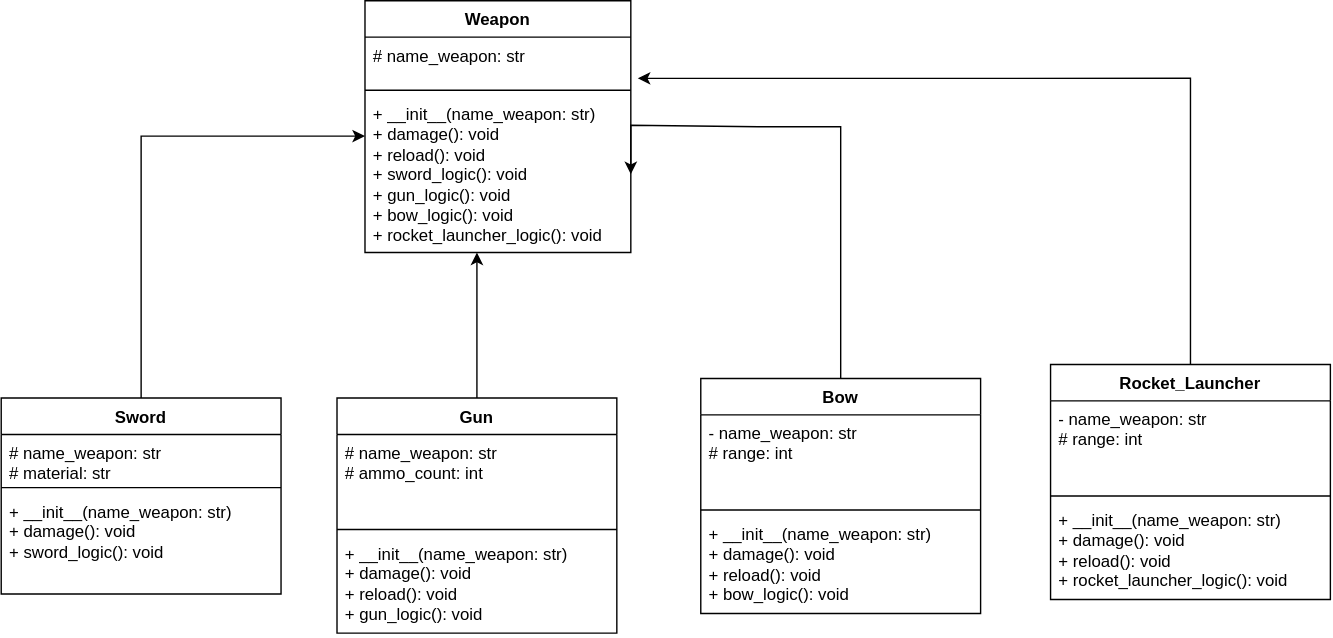
The draw.io diagram Lab_act3.drawio.svg in Ace2k5/CS121_LAB-3_ACTIVITY_CS-1203_GROUP-9, before a commit. Source tidied: cells renumbered, new cells last; positions are measured from the earlier drawing's top-left corner, leaving out a move shared by most shapes.
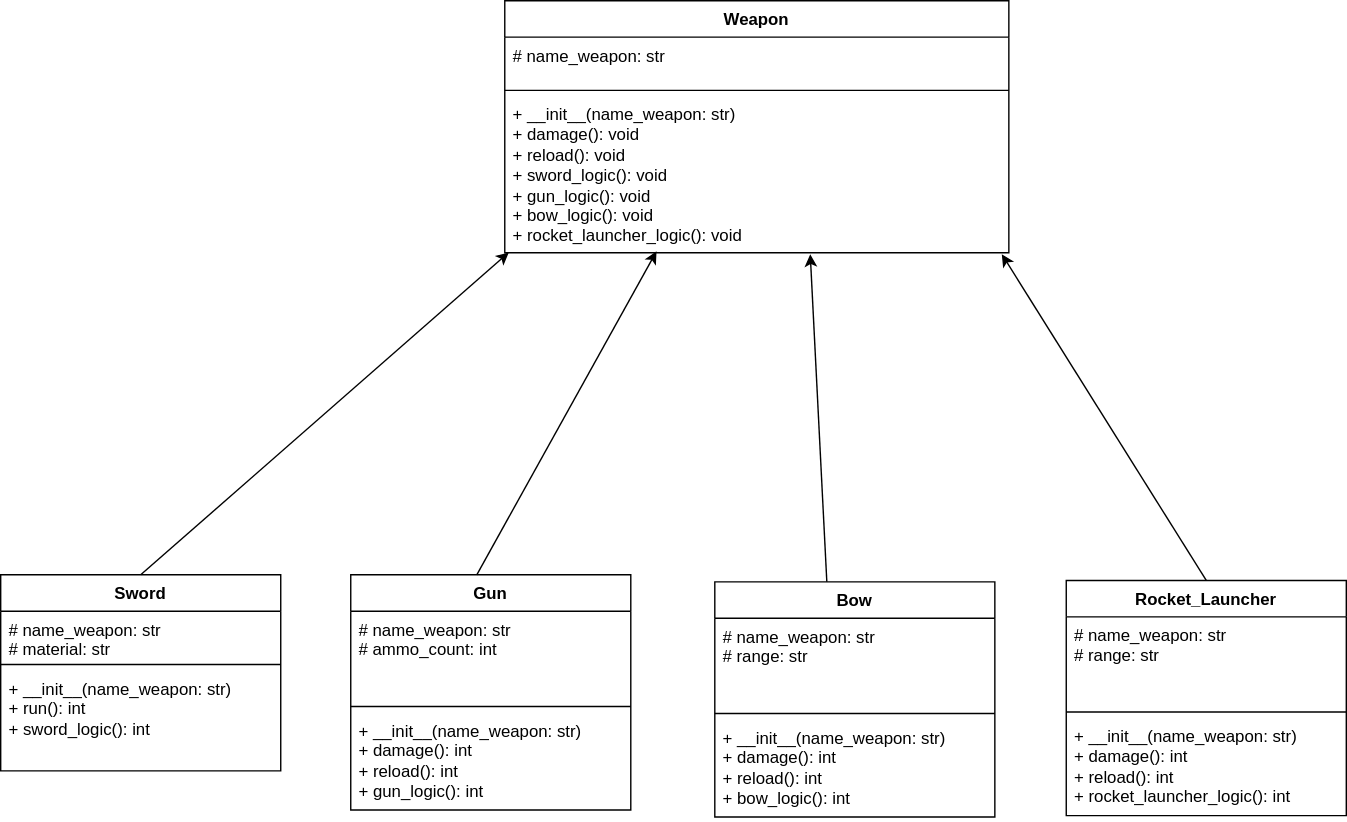
Above is the later version.

The edit, as a diff of the source:
```diff
@@ -5,15 +5,15 @@
     <mxCell id="2" value="Weapon" style="swimlane;fontStyle=1;align=center;verticalAlign=top;horizontal=1;startSize=26;whiteSpace=wrap;html=1;" parent="1" vertex="1">
-      <mxGeometry x="260" width="190" height="180" as="geometry" />
+      <mxGeometry x="290" y="-130" width="360" height="180" as="geometry" />
     </mxCell>
     <mxCell id="3" value="# name_weapon: str&lt;div&gt;&lt;br&gt;&lt;/div&gt;&lt;div&gt;&lt;br&gt;&lt;/div&gt;&lt;div&gt;&lt;br&gt;&lt;/div&gt;&lt;div&gt;&lt;br&gt;&lt;/div&gt;&lt;div&gt;&lt;br&gt;&lt;/div&gt;&lt;div&gt;&lt;br&gt;&lt;/div&gt;&lt;div&gt;&lt;br&gt;&lt;/div&gt;&lt;div&gt;&lt;br&gt;&lt;/div&gt;&lt;div&gt;&lt;br&gt;&lt;/div&gt;&lt;div&gt;&lt;br&gt;&lt;/div&gt;&lt;div&gt;&lt;br&gt;&lt;/div&gt;&lt;div&gt;&lt;br&gt;&lt;/div&gt;&lt;div&gt;&lt;br&gt;&lt;/div&gt;&lt;div&gt;&lt;br&gt;&lt;/div&gt;&lt;div&gt;&lt;br&gt;&lt;/div&gt;&lt;div&gt;&lt;br&gt;&lt;/div&gt;&lt;div&gt;&lt;br&gt;&lt;/div&gt;&lt;div&gt;&lt;br&gt;&lt;/div&gt;&lt;div&gt;&lt;br&gt;&lt;/div&gt;&lt;div&gt;&lt;br&gt;&lt;/div&gt;&lt;div&gt;&lt;br&gt;&lt;/div&gt;&lt;div&gt;&lt;br&gt;&lt;/div&gt;&lt;div&gt;&lt;br&gt;&lt;/div&gt;&lt;div&gt;&lt;br&gt;&lt;/div&gt;&lt;div&gt;&lt;br&gt;&lt;/div&gt;&lt;div&gt;&lt;br&gt;&lt;/div&gt;&lt;div&gt;&lt;br&gt;&lt;/div&gt;&lt;div&gt;&lt;br&gt;&lt;/div&gt;&lt;div&gt;&lt;br&gt;&lt;/div&gt;&lt;div&gt;&lt;br&gt;&lt;/div&gt;&lt;div&gt;&lt;br&gt;&lt;/div&gt;&lt;div&gt;&lt;br&gt;&lt;/div&gt;&lt;div&gt;&lt;br&gt;&lt;/div&gt;&lt;div&gt;&lt;br&gt;&lt;/div&gt;&lt;div&gt;&lt;br&gt;&lt;/div&gt;&lt;div&gt;&lt;br&gt;&lt;/div&gt;&lt;div&gt;&lt;br&gt;&lt;/div&gt;&lt;div&gt;&lt;br&gt;&lt;/div&gt;&lt;div&gt;&lt;br&gt;&lt;/div&gt;&lt;div&gt;&lt;br&gt;&lt;/div&gt;&lt;div&gt;&lt;br&gt;&lt;/div&gt;&lt;div&gt;&lt;br&gt;&lt;/div&gt;&lt;div&gt;&lt;br&gt;&lt;/div&gt;&lt;div&gt;&lt;br&gt;&lt;/div&gt;&lt;div&gt;&lt;br&gt;&lt;/div&gt;&lt;div&gt;&lt;br&gt;&lt;/div&gt;&lt;div&gt;&lt;br&gt;&lt;/div&gt;&lt;div&gt;&lt;br&gt;&lt;/div&gt;&lt;div&gt;&lt;br&gt;&lt;/div&gt;&lt;div&gt;&lt;br&gt;&lt;/div&gt;&lt;div&gt;&lt;br&gt;&lt;/div&gt;&lt;div&gt;&lt;br&gt;&lt;/div&gt;&lt;div&gt;&lt;br&gt;&lt;/div&gt;&lt;div&gt;&lt;br&gt;&lt;/div&gt;" style="text;strokeColor=none;fillColor=none;align=left;verticalAlign=top;spacingLeft=4;spacingRight=4;overflow=hidden;points=[[0,0.5],[1,0.5]];portConstraint=eastwest;whiteSpace=wrap;html=1;" parent="2" vertex="1">
-      <mxGeometry y="26" width="190" height="34" as="geometry" />
+      <mxGeometry y="26" width="360" height="34" as="geometry" />
     </mxCell>
     <mxCell id="4" style="line;strokeWidth=1;fillColor=none;align=left;verticalAlign=middle;spacingTop=-1;spacingLeft=3;spacingRight=3;labelPosition=right;strokeColor=inherit;" parent="2" vertex="1">
-      <mxGeometry y="60" width="190" height="8" as="geometry" />
+      <mxGeometry y="60" width="360" height="8" as="geometry" />
     </mxCell>
     <mxCell id="5" value="&lt;div&gt;&lt;span style=&quot;background-color: transparent; color: light-dark(rgb(0, 0, 0), rgb(255, 255, 255));&quot;&gt;+ __init__(name_weapon: str)&lt;/span&gt;&lt;/div&gt;&lt;div&gt;&lt;span style=&quot;background-color: transparent; color: light-dark(rgb(0, 0, 0), rgb(255, 255, 255));&quot;&gt;+ damage(): void&lt;/span&gt;&lt;/div&gt;&lt;div&gt;+ reload(): void&lt;/div&gt;&lt;div&gt;+ sword_logic(): void&lt;/div&gt;&lt;div&gt;+ gun_logic(): void&lt;/div&gt;&lt;div&gt;+ bow_logic(): void&lt;/div&gt;&lt;div&gt;+ rocket_launcher_logic(): void&lt;/div&gt;&lt;div&gt;&lt;br&gt;&lt;/div&gt;" style="text;strokeColor=none;fillColor=none;align=left;verticalAlign=top;spacingLeft=4;spacingRight=4;overflow=hidden;points=[[0,0.5],[1,0.5]];portConstraint=eastwest;whiteSpace=wrap;html=1;" parent="2" vertex="1">
-      <mxGeometry y="68" width="190" height="112" as="geometry" />
+      <mxGeometry y="68" width="360" height="112" as="geometry" />
     </mxCell>
     <mxCell id="6" value="Sword" style="swimlane;fontStyle=1;align=center;verticalAlign=top;horizontal=1;startSize=26;whiteSpace=wrap;html=1;" parent="1" vertex="1">
-      <mxGeometry y="284" width="200" height="140" as="geometry" />
+      <mxGeometry x="-70" y="280" width="200" height="140" as="geometry" />
     </mxCell>
@@ -25,15 +25,7 @@
     </mxCell>
-    <mxCell id="9" value="&lt;div&gt;+ __init__(name_weapon: str)&lt;/div&gt;+ damage(): void&lt;div&gt;+ sword_logic(): void&lt;/div&gt;" style="text;strokeColor=none;fillColor=none;align=left;verticalAlign=top;spacingLeft=4;spacingRight=4;overflow=hidden;whiteSpace=wrap;html=1;" parent="6" vertex="1">
+    <mxCell id="9" value="&lt;div&gt;+ __init__(name_weapon: str)&lt;/div&gt;+ run(): int&lt;div&gt;+ sword_logic(): int&lt;/div&gt;" style="text;strokeColor=none;fillColor=none;align=left;verticalAlign=top;spacingLeft=4;spacingRight=4;overflow=hidden;whiteSpace=wrap;html=1;" parent="6" vertex="1">
       <mxGeometry y="68" width="200" height="72" as="geometry" />
     </mxCell>
-    <mxCell id="10" style="edgeStyle=orthogonalEdgeStyle;rounded=0;jettySize=auto;html=1;" parent="1" edge="1" source="11" target="5">
-      <mxGeometry relative="1" as="geometry">
-        <Array as="points">
-          <mxPoint x="340" y="180" />
-          <mxPoint x="340" y="180" />
-        </Array>
-      </mxGeometry>
-    </mxCell>
     <mxCell id="11" value="Gun" style="swimlane;fontStyle=1;align=center;verticalAlign=top;horizontal=1;startSize=26;whiteSpace=wrap;html=1;" parent="1" vertex="1">
-      <mxGeometry x="240" y="284" width="200" height="168" as="geometry" />
+      <mxGeometry x="180" y="280" width="200" height="168" as="geometry" />
     </mxCell>
@@ -45,18 +37,9 @@
     </mxCell>
-    <mxCell id="14" value="&lt;div&gt;&lt;div&gt;&lt;span style=&quot;background-color: transparent; color: light-dark(rgb(0, 0, 0), rgb(255, 255, 255));&quot;&gt;+ __init__(name_weapon: str)&lt;/span&gt;&lt;/div&gt;&lt;div&gt;+ damage(): void&lt;/div&gt;&lt;/div&gt;&lt;div&gt;+ reload(): void&lt;/div&gt;&lt;div&gt;+ gun_logic(): void&lt;/div&gt;" style="text;strokeColor=none;fillColor=none;align=left;verticalAlign=top;spacingLeft=4;spacingRight=4;overflow=hidden;whiteSpace=wrap;html=1;" parent="11" vertex="1">
+    <mxCell id="14" value="&lt;div&gt;&lt;div&gt;&lt;span style=&quot;background-color: transparent; color: light-dark(rgb(0, 0, 0), rgb(255, 255, 255));&quot;&gt;+ __init__(name_weapon: str)&lt;/span&gt;&lt;/div&gt;&lt;div&gt;+ damage(): int&lt;/div&gt;&lt;/div&gt;&lt;div&gt;+ reload(): int&lt;/div&gt;&lt;div&gt;+ gun_logic(): int&lt;/div&gt;" style="text;strokeColor=none;fillColor=none;align=left;verticalAlign=top;spacingLeft=4;spacingRight=4;overflow=hidden;whiteSpace=wrap;html=1;" parent="11" vertex="1">
       <mxGeometry y="98" width="200" height="70" as="geometry" />
     </mxCell>
-    <mxCell id="15" style="edgeStyle=orthogonalEdgeStyle;rounded=0;jettySize=auto;html=1;entryX=1;entryY=0.5;entryDx=0;entryDy=0;" parent="1" edge="1" source="16" target="5">
-      <mxGeometry relative="1" as="geometry">
-        <Array as="points">
-          <mxPoint x="600" y="90" />
-          <mxPoint x="541" y="90" />
-          <mxPoint x="541" y="89" />
-        </Array>
-      </mxGeometry>
-    </mxCell>
     <mxCell id="16" value="Bow" style="swimlane;fontStyle=1;align=center;verticalAlign=top;horizontal=1;startSize=26;whiteSpace=wrap;html=1;" parent="1" vertex="1">
-      <mxGeometry x="500" y="270" width="200" height="168" as="geometry" />
+      <mxGeometry x="440" y="285" width="200" height="168" as="geometry" />
     </mxCell>
-    <mxCell id="17" value="- name_weapon: str&lt;div&gt;# range: int&lt;/div&gt;&lt;div&gt;&lt;br&gt;&lt;/div&gt;&lt;div&gt;&lt;br&gt;&lt;/div&gt;&lt;div&gt;&lt;br&gt;&lt;/div&gt;&lt;div&gt;&lt;br&gt;&lt;/div&gt;&lt;div&gt;&lt;br&gt;&lt;/div&gt;&lt;div&gt;&lt;br&gt;&lt;/div&gt;&lt;div&gt;&lt;br&gt;&lt;/div&gt;&lt;div&gt;&lt;br&gt;&lt;/div&gt;&lt;div&gt;&lt;br&gt;&lt;/div&gt;&lt;div&gt;&lt;br&gt;&lt;/div&gt;&lt;div&gt;&lt;br&gt;&lt;/div&gt;&lt;div&gt;&lt;br&gt;&lt;/div&gt;&lt;div&gt;&lt;br&gt;&lt;/div&gt;&lt;div&gt;&lt;br&gt;&lt;/div&gt;&lt;div&gt;&lt;br&gt;&lt;/div&gt;&lt;div&gt;&lt;br&gt;&lt;/div&gt;&lt;div&gt;&lt;br&gt;&lt;/div&gt;&lt;div&gt;&lt;br&gt;&lt;/div&gt;&lt;div&gt;&lt;br&gt;&lt;/div&gt;&lt;div&gt;&lt;br&gt;&lt;/div&gt;&lt;div&gt;&lt;br&gt;&lt;/div&gt;&lt;div&gt;&lt;br&gt;&lt;/div&gt;&lt;div&gt;&lt;br&gt;&lt;/div&gt;&lt;div&gt;&lt;br&gt;&lt;/div&gt;&lt;div&gt;&lt;br&gt;&lt;/div&gt;&lt;div&gt;&lt;br&gt;&lt;/div&gt;&lt;div&gt;&lt;br&gt;&lt;/div&gt;&lt;div&gt;&lt;br&gt;&lt;/div&gt;&lt;div&gt;&lt;br&gt;&lt;/div&gt;&lt;div&gt;&lt;br&gt;&lt;/div&gt;&lt;div&gt;&lt;br&gt;&lt;/div&gt;&lt;div&gt;&lt;br&gt;&lt;/div&gt;&lt;div&gt;&lt;br&gt;&lt;/div&gt;&lt;div&gt;&lt;br&gt;&lt;/div&gt;&lt;div&gt;&lt;br&gt;&lt;/div&gt;&lt;div&gt;&lt;br&gt;&lt;/div&gt;&lt;div&gt;&lt;br&gt;&lt;/div&gt;&lt;div&gt;&lt;br&gt;&lt;/div&gt;&lt;div&gt;&lt;br&gt;&lt;/div&gt;&lt;div&gt;&lt;br&gt;&lt;/div&gt;&lt;div&gt;&lt;br&gt;&lt;/div&gt;&lt;div&gt;&lt;br&gt;&lt;/div&gt;&lt;div&gt;&lt;br&gt;&lt;/div&gt;&lt;div&gt;&lt;br&gt;&lt;/div&gt;&lt;div&gt;&lt;br&gt;&lt;/div&gt;&lt;div&gt;&lt;br&gt;&lt;/div&gt;&lt;div&gt;&lt;br&gt;&lt;/div&gt;&lt;div&gt;&lt;br&gt;&lt;/div&gt;" style="text;strokeColor=none;fillColor=none;align=left;verticalAlign=top;spacingLeft=4;spacingRight=4;overflow=hidden;whiteSpace=wrap;html=1;" parent="16" vertex="1">
+    <mxCell id="17" value="# name_weapon: str&lt;div&gt;# range: str&lt;/div&gt;&lt;div&gt;&lt;br&gt;&lt;/div&gt;&lt;div&gt;&lt;br&gt;&lt;/div&gt;&lt;div&gt;&lt;br&gt;&lt;/div&gt;&lt;div&gt;&lt;br&gt;&lt;/div&gt;&lt;div&gt;&lt;br&gt;&lt;/div&gt;&lt;div&gt;&lt;br&gt;&lt;/div&gt;&lt;div&gt;&lt;br&gt;&lt;/div&gt;&lt;div&gt;&lt;br&gt;&lt;/div&gt;&lt;div&gt;&lt;br&gt;&lt;/div&gt;&lt;div&gt;&lt;br&gt;&lt;/div&gt;&lt;div&gt;&lt;br&gt;&lt;/div&gt;&lt;div&gt;&lt;br&gt;&lt;/div&gt;&lt;div&gt;&lt;br&gt;&lt;/div&gt;&lt;div&gt;&lt;br&gt;&lt;/div&gt;&lt;div&gt;&lt;br&gt;&lt;/div&gt;&lt;div&gt;&lt;br&gt;&lt;/div&gt;&lt;div&gt;&lt;br&gt;&lt;/div&gt;&lt;div&gt;&lt;br&gt;&lt;/div&gt;&lt;div&gt;&lt;br&gt;&lt;/div&gt;&lt;div&gt;&lt;br&gt;&lt;/div&gt;&lt;div&gt;&lt;br&gt;&lt;/div&gt;&lt;div&gt;&lt;br&gt;&lt;/div&gt;&lt;div&gt;&lt;br&gt;&lt;/div&gt;&lt;div&gt;&lt;br&gt;&lt;/div&gt;&lt;div&gt;&lt;br&gt;&lt;/div&gt;&lt;div&gt;&lt;br&gt;&lt;/div&gt;&lt;div&gt;&lt;br&gt;&lt;/div&gt;&lt;div&gt;&lt;br&gt;&lt;/div&gt;&lt;div&gt;&lt;br&gt;&lt;/div&gt;&lt;div&gt;&lt;br&gt;&lt;/div&gt;&lt;div&gt;&lt;br&gt;&lt;/div&gt;&lt;div&gt;&lt;br&gt;&lt;/div&gt;&lt;div&gt;&lt;br&gt;&lt;/div&gt;&lt;div&gt;&lt;br&gt;&lt;/div&gt;&lt;div&gt;&lt;br&gt;&lt;/div&gt;&lt;div&gt;&lt;br&gt;&lt;/div&gt;&lt;div&gt;&lt;br&gt;&lt;/div&gt;&lt;div&gt;&lt;br&gt;&lt;/div&gt;&lt;div&gt;&lt;br&gt;&lt;/div&gt;&lt;div&gt;&lt;br&gt;&lt;/div&gt;&lt;div&gt;&lt;br&gt;&lt;/div&gt;&lt;div&gt;&lt;br&gt;&lt;/div&gt;&lt;div&gt;&lt;br&gt;&lt;/div&gt;&lt;div&gt;&lt;br&gt;&lt;/div&gt;&lt;div&gt;&lt;br&gt;&lt;/div&gt;&lt;div&gt;&lt;br&gt;&lt;/div&gt;&lt;div&gt;&lt;br&gt;&lt;/div&gt;&lt;div&gt;&lt;br&gt;&lt;/div&gt;" style="text;strokeColor=none;fillColor=none;align=left;verticalAlign=top;spacingLeft=4;spacingRight=4;overflow=hidden;whiteSpace=wrap;html=1;" parent="16" vertex="1">
       <mxGeometry y="26" width="200" height="64" as="geometry" />
@@ -66,12 +49,9 @@
     </mxCell>
-    <mxCell id="19" value="&lt;div&gt;&lt;div&gt;&lt;span style=&quot;background-color: transparent; color: light-dark(rgb(0, 0, 0), rgb(255, 255, 255));&quot;&gt;+ __init__(name_weapon: str)&lt;/span&gt;&lt;/div&gt;&lt;div&gt;+ damage(): void&lt;/div&gt;&lt;/div&gt;&lt;div&gt;+ reload(): void&lt;/div&gt;&lt;div&gt;+ bow_logic(): void&lt;/div&gt;" style="text;strokeColor=none;fillColor=none;align=left;verticalAlign=top;spacingLeft=4;spacingRight=4;overflow=hidden;whiteSpace=wrap;html=1;" parent="16" vertex="1">
+    <mxCell id="19" value="&lt;div&gt;&lt;div&gt;&lt;span style=&quot;background-color: transparent; color: light-dark(rgb(0, 0, 0), rgb(255, 255, 255));&quot;&gt;+ __init__(name_weapon: str)&lt;/span&gt;&lt;/div&gt;&lt;div&gt;+ damage(): int&lt;/div&gt;&lt;/div&gt;&lt;div&gt;+ reload(): int&lt;/div&gt;&lt;div&gt;+ bow_logic(): int&lt;/div&gt;" style="text;strokeColor=none;fillColor=none;align=left;verticalAlign=top;spacingLeft=4;spacingRight=4;overflow=hidden;whiteSpace=wrap;html=1;" parent="16" vertex="1">
       <mxGeometry y="98" width="200" height="70" as="geometry" />
     </mxCell>
-    <mxCell id="20" style="edgeStyle=orthogonalEdgeStyle;rounded=0;jettySize=auto;html=1;entryX=0;entryY=0.257;entryDx=0;entryDy=0;entryPerimeter=0;" parent="1" edge="1" source="6" target="5">
-      <mxGeometry relative="1" as="geometry" />
-    </mxCell>
     <mxCell id="21" value="Rocket_Launcher" style="swimlane;fontStyle=1;align=center;verticalAlign=top;horizontal=1;startSize=26;whiteSpace=wrap;html=1;" parent="1" vertex="1">
-      <mxGeometry x="750" y="260" width="200" height="168" as="geometry" />
+      <mxGeometry x="691" y="284" width="200" height="168" as="geometry" />
     </mxCell>
-    <mxCell id="22" value="- name_weapon: str&lt;div&gt;# range: int&lt;/div&gt;&lt;div&gt;&lt;br&gt;&lt;/div&gt;&lt;div&gt;&lt;br&gt;&lt;/div&gt;&lt;div&gt;&lt;br&gt;&lt;/div&gt;&lt;div&gt;&lt;br&gt;&lt;/div&gt;&lt;div&gt;&lt;br&gt;&lt;/div&gt;&lt;div&gt;&lt;br&gt;&lt;/div&gt;&lt;div&gt;&lt;br&gt;&lt;/div&gt;&lt;div&gt;&lt;br&gt;&lt;/div&gt;&lt;div&gt;&lt;br&gt;&lt;/div&gt;&lt;div&gt;&lt;br&gt;&lt;/div&gt;&lt;div&gt;&lt;br&gt;&lt;/div&gt;&lt;div&gt;&lt;br&gt;&lt;/div&gt;&lt;div&gt;&lt;br&gt;&lt;/div&gt;&lt;div&gt;&lt;br&gt;&lt;/div&gt;&lt;div&gt;&lt;br&gt;&lt;/div&gt;&lt;div&gt;&lt;br&gt;&lt;/div&gt;&lt;div&gt;&lt;br&gt;&lt;/div&gt;&lt;div&gt;&lt;br&gt;&lt;/div&gt;&lt;div&gt;&lt;br&gt;&lt;/div&gt;&lt;div&gt;&lt;br&gt;&lt;/div&gt;&lt;div&gt;&lt;br&gt;&lt;/div&gt;&lt;div&gt;&lt;br&gt;&lt;/div&gt;&lt;div&gt;&lt;br&gt;&lt;/div&gt;&lt;div&gt;&lt;br&gt;&lt;/div&gt;&lt;div&gt;&lt;br&gt;&lt;/div&gt;&lt;div&gt;&lt;br&gt;&lt;/div&gt;&lt;div&gt;&lt;br&gt;&lt;/div&gt;&lt;div&gt;&lt;br&gt;&lt;/div&gt;&lt;div&gt;&lt;br&gt;&lt;/div&gt;&lt;div&gt;&lt;br&gt;&lt;/div&gt;&lt;div&gt;&lt;br&gt;&lt;/div&gt;&lt;div&gt;&lt;br&gt;&lt;/div&gt;&lt;div&gt;&lt;br&gt;&lt;/div&gt;&lt;div&gt;&lt;br&gt;&lt;/div&gt;&lt;div&gt;&lt;br&gt;&lt;/div&gt;&lt;div&gt;&lt;br&gt;&lt;/div&gt;&lt;div&gt;&lt;br&gt;&lt;/div&gt;&lt;div&gt;&lt;br&gt;&lt;/div&gt;&lt;div&gt;&lt;br&gt;&lt;/div&gt;&lt;div&gt;&lt;br&gt;&lt;/div&gt;&lt;div&gt;&lt;br&gt;&lt;/div&gt;&lt;div&gt;&lt;br&gt;&lt;/div&gt;&lt;div&gt;&lt;br&gt;&lt;/div&gt;&lt;div&gt;&lt;br&gt;&lt;/div&gt;&lt;div&gt;&lt;br&gt;&lt;/div&gt;&lt;div&gt;&lt;br&gt;&lt;/div&gt;&lt;div&gt;&lt;br&gt;&lt;/div&gt;&lt;div&gt;&lt;br&gt;&lt;/div&gt;" style="text;strokeColor=none;fillColor=none;align=left;verticalAlign=top;spacingLeft=4;spacingRight=4;overflow=hidden;whiteSpace=wrap;html=1;" parent="21" vertex="1">
+    <mxCell id="22" value="# name_weapon: str&lt;div&gt;# range: str&lt;/div&gt;&lt;div&gt;&lt;br&gt;&lt;/div&gt;&lt;div&gt;&lt;br&gt;&lt;/div&gt;&lt;div&gt;&lt;br&gt;&lt;/div&gt;&lt;div&gt;&lt;br&gt;&lt;/div&gt;&lt;div&gt;&lt;br&gt;&lt;/div&gt;&lt;div&gt;&lt;br&gt;&lt;/div&gt;&lt;div&gt;&lt;br&gt;&lt;/div&gt;&lt;div&gt;&lt;br&gt;&lt;/div&gt;&lt;div&gt;&lt;br&gt;&lt;/div&gt;&lt;div&gt;&lt;br&gt;&lt;/div&gt;&lt;div&gt;&lt;br&gt;&lt;/div&gt;&lt;div&gt;&lt;br&gt;&lt;/div&gt;&lt;div&gt;&lt;br&gt;&lt;/div&gt;&lt;div&gt;&lt;br&gt;&lt;/div&gt;&lt;div&gt;&lt;br&gt;&lt;/div&gt;&lt;div&gt;&lt;br&gt;&lt;/div&gt;&lt;div&gt;&lt;br&gt;&lt;/div&gt;&lt;div&gt;&lt;br&gt;&lt;/div&gt;&lt;div&gt;&lt;br&gt;&lt;/div&gt;&lt;div&gt;&lt;br&gt;&lt;/div&gt;&lt;div&gt;&lt;br&gt;&lt;/div&gt;&lt;div&gt;&lt;br&gt;&lt;/div&gt;&lt;div&gt;&lt;br&gt;&lt;/div&gt;&lt;div&gt;&lt;br&gt;&lt;/div&gt;&lt;div&gt;&lt;br&gt;&lt;/div&gt;&lt;div&gt;&lt;br&gt;&lt;/div&gt;&lt;div&gt;&lt;br&gt;&lt;/div&gt;&lt;div&gt;&lt;br&gt;&lt;/div&gt;&lt;div&gt;&lt;br&gt;&lt;/div&gt;&lt;div&gt;&lt;br&gt;&lt;/div&gt;&lt;div&gt;&lt;br&gt;&lt;/div&gt;&lt;div&gt;&lt;br&gt;&lt;/div&gt;&lt;div&gt;&lt;br&gt;&lt;/div&gt;&lt;div&gt;&lt;br&gt;&lt;/div&gt;&lt;div&gt;&lt;br&gt;&lt;/div&gt;&lt;div&gt;&lt;br&gt;&lt;/div&gt;&lt;div&gt;&lt;br&gt;&lt;/div&gt;&lt;div&gt;&lt;br&gt;&lt;/div&gt;&lt;div&gt;&lt;br&gt;&lt;/div&gt;&lt;div&gt;&lt;br&gt;&lt;/div&gt;&lt;div&gt;&lt;br&gt;&lt;/div&gt;&lt;div&gt;&lt;br&gt;&lt;/div&gt;&lt;div&gt;&lt;br&gt;&lt;/div&gt;&lt;div&gt;&lt;br&gt;&lt;/div&gt;&lt;div&gt;&lt;br&gt;&lt;/div&gt;&lt;div&gt;&lt;br&gt;&lt;/div&gt;&lt;div&gt;&lt;br&gt;&lt;/div&gt;&lt;div&gt;&lt;br&gt;&lt;/div&gt;" style="text;strokeColor=none;fillColor=none;align=left;verticalAlign=top;spacingLeft=4;spacingRight=4;overflow=hidden;whiteSpace=wrap;html=1;" parent="21" vertex="1">
       <mxGeometry y="26" width="200" height="64" as="geometry" />
@@ -81,8 +61,23 @@
     </mxCell>
-    <mxCell id="24" value="&lt;div&gt;&lt;div&gt;&lt;span style=&quot;background-color: transparent; color: light-dark(rgb(0, 0, 0), rgb(255, 255, 255));&quot;&gt;+ __init__(name_weapon: str)&lt;/span&gt;&lt;/div&gt;&lt;div&gt;+ damage(): void&lt;/div&gt;&lt;/div&gt;&lt;div&gt;+ reload(): void&lt;/div&gt;&lt;div&gt;+ rocket_launcher_logic(): void&lt;/div&gt;" style="text;strokeColor=none;fillColor=none;align=left;verticalAlign=top;spacingLeft=4;spacingRight=4;overflow=hidden;whiteSpace=wrap;html=1;" parent="21" vertex="1">
+    <mxCell id="24" value="&lt;div&gt;&lt;div&gt;&lt;span style=&quot;background-color: transparent; color: light-dark(rgb(0, 0, 0), rgb(255, 255, 255));&quot;&gt;+ __init__(name_weapon: str)&lt;/span&gt;&lt;/div&gt;&lt;div&gt;+ damage(): int&lt;/div&gt;&lt;/div&gt;&lt;div&gt;+ reload(): int&lt;/div&gt;&lt;div&gt;+ rocket_launcher_logic(): int&lt;/div&gt;" style="text;strokeColor=none;fillColor=none;align=left;verticalAlign=top;spacingLeft=4;spacingRight=4;overflow=hidden;whiteSpace=wrap;html=1;" parent="21" vertex="1">
       <mxGeometry y="98" width="200" height="70" as="geometry" />
     </mxCell>
-    <mxCell id="25" style="edgeStyle=orthogonalEdgeStyle;rounded=0;jettySize=auto;html=1;entryX=1.026;entryY=0.868;entryDx=0;entryDy=0;entryPerimeter=0;" parent="1" edge="1" source="21" target="3">
-      <mxGeometry relative="1" as="geometry" />
-    </mxCell>
+    <mxCell id="26" style="endArrow=classic;html=1;rounded=0;entryX=0.008;entryY=0.998;entryDx=0;entryDy=0;entryPerimeter=0;" parent="1" edge="1" target="5">
+      <mxGeometry relative="1" as="geometry">
+        <mxPoint x="30" y="280" as="sourcePoint" />
+      </mxGeometry>
+    </mxCell>
+    <mxCell id="27" style="endArrow=classic;html=1;rounded=0;entryX=0.301;entryY=0.991;entryDx=0;entryDy=0;entryPerimeter=0;" parent="1" edge="1" target="5">
+      <mxGeometry relative="1" as="geometry">
+        <mxPoint x="270" y="280" as="sourcePoint" />
+      </mxGeometry>
+    </mxCell>
+    <mxCell id="28" style="endArrow=classic;html=1;rounded=0;entryX=0.606;entryY=1.009;entryDx=0;entryDy=0;entryPerimeter=0;" parent="1" edge="1" target="5">
+      <mxGeometry relative="1" as="geometry">
+        <mxPoint x="520" y="285" as="sourcePoint" />
+      </mxGeometry>
+    </mxCell>
+    <mxCell id="29" style="endArrow=classic;html=1;rounded=0;entryX=0.986;entryY=1.009;entryDx=0;entryDy=0;entryPerimeter=0;exitX=0.5;exitY=0;exitDx=0;exitDy=0;" parent="1" edge="1" source="21" target="5">
+      <mxGeometry relative="1" as="geometry" />
+    </mxCell>
   </root>
```
